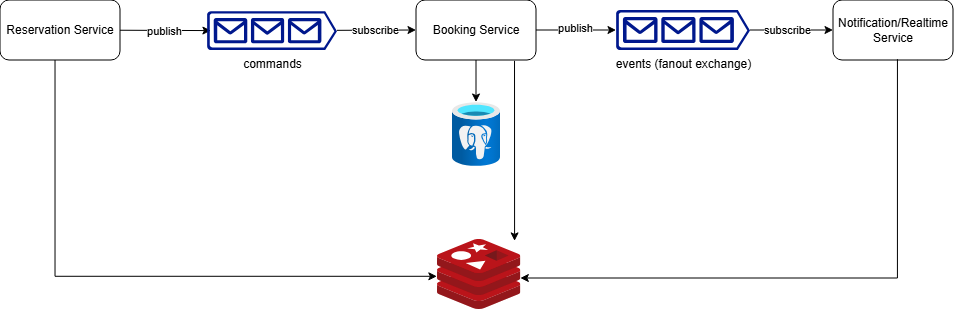
Earlier version of the draw.io export docs/High Level Design/HighLevelArchitech.drawio.png (longtrinh2806/FlashTix). Source tidied: cells renumbered, new cells last; positions are measured from the earlier drawing's top-left corner, leaving out a move shared by most shapes.
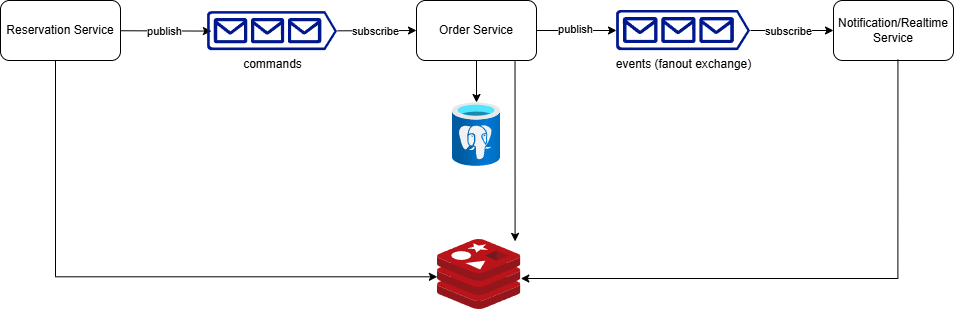
Above is the later version.

Commit message:
chore: update high level architecture diagram

What changed in the source:
```diff
@@ -13,7 +13,7 @@
     <mxCell id="4" value="Reservation Service" style="rounded=1;whiteSpace=wrap;html=1;" parent="1" vertex="1">
       <mxGeometry width="120" height="60" as="geometry" />
     </mxCell>
-    <mxCell id="5" value="Booking Service" style="rounded=1;whiteSpace=wrap;html=1;" parent="1" vertex="1">
+    <mxCell id="5" value="Order Service" style="rounded=1;whiteSpace=wrap;html=1;" parent="1" vertex="1">
       <mxGeometry x="416" width="120" height="60" as="geometry" />
     </mxCell>
     <mxCell id="6" value="Notification/Realtime Service" style="rounded=1;whiteSpace=wrap;html=1;" parent="1" vertex="1">
```
